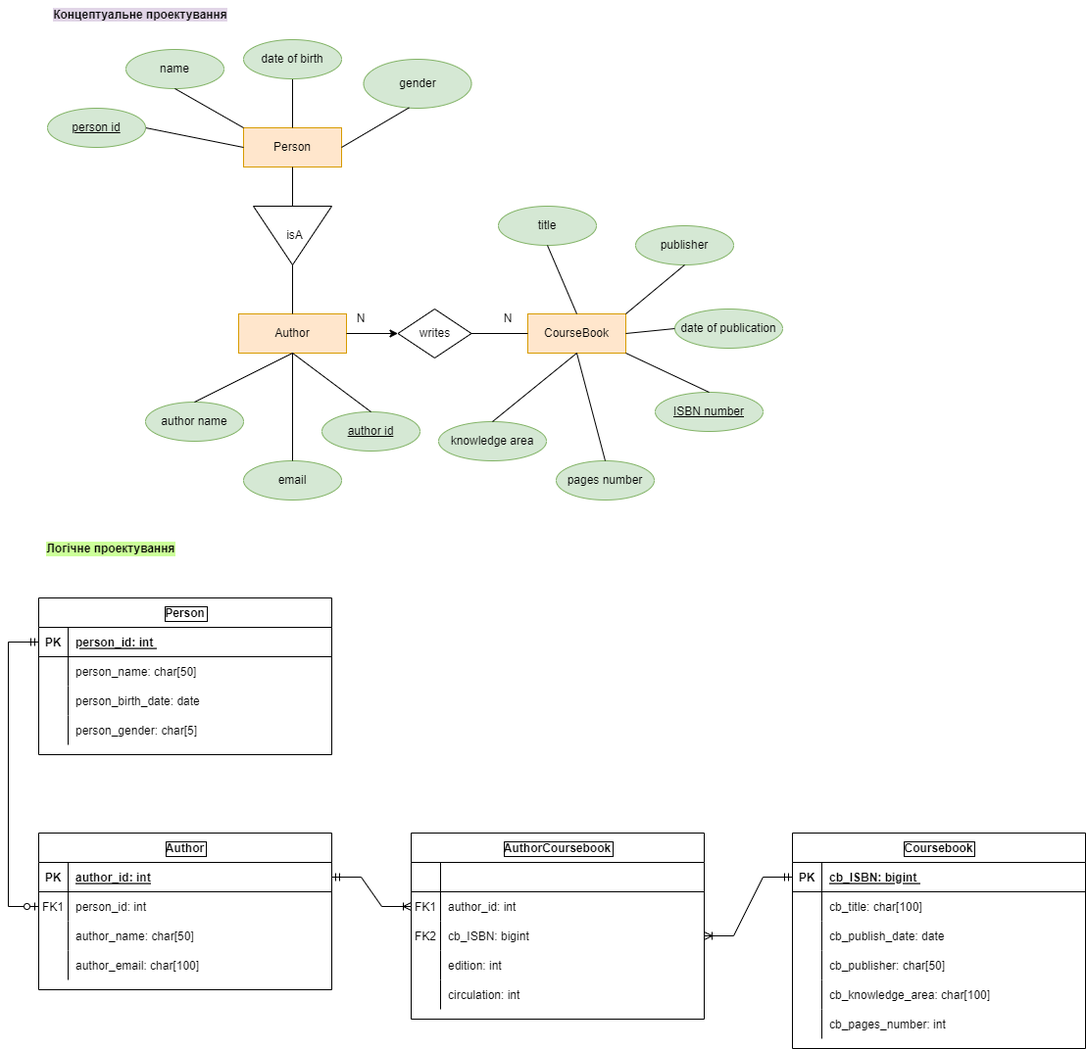
Earlier version of the draw.io export data_base/5_semester/lab_1/book_author.png (AnnaBozhenko/UniversityProjects). Source tidied: cells renumbered, new cells last; positions are measured from the earlier drawing's top-left corner, leaving out a move shared by most shapes.
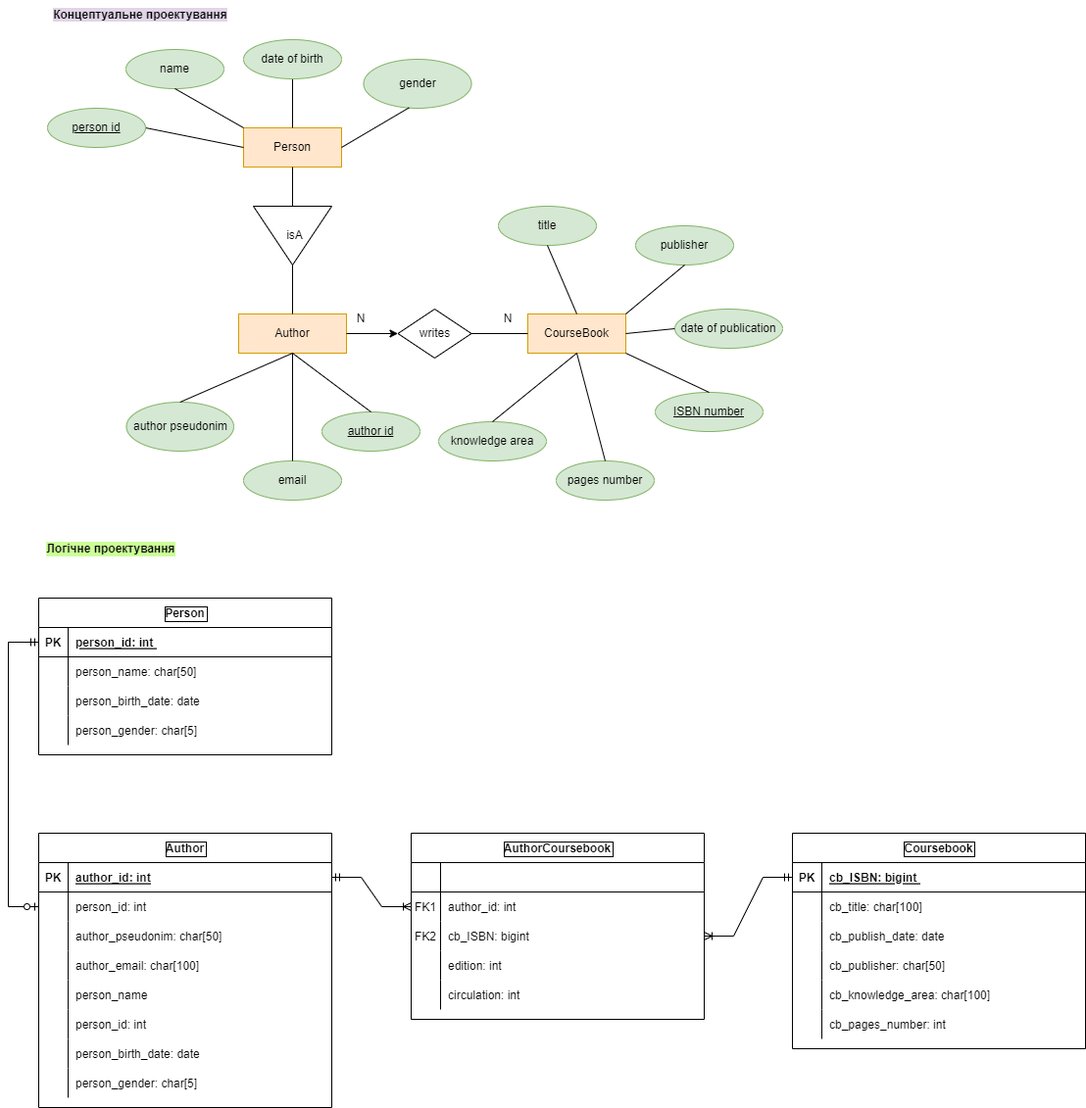
After the change.

Commit message:
Inheritance was implemented between person and author.

Diff of the diagram source:
```diff
@@ -121,7 +121,7 @@
       </mxGeometry>
     </mxCell>
     <mxCell id="39" value="Author" style="shape=table;startSize=30;rowLines=0;fontStyle=1;align=center;labelBackgroundColor=none;labelBorderColor=default;" parent="1" vertex="1">
-      <mxGeometry x="31" y="850" width="299" height="160" as="geometry" />
+      <mxGeometry x="31" y="850" width="299" height="280" as="geometry" />
     </mxCell>
     <mxCell id="40" style="shape=tableRow;horizontal=0;startSize=0;swimlaneHead=0;swimlaneBody=0;fillColor=none;points=[[0,0.5],[1,0.5]];portConstraint=eastwest;top=0;left=0;right=0;bottom=1;labelBackgroundColor=none;" parent="39" vertex="1">
       <mxGeometry y="30" width="299" height="30" as="geometry" />
@@ -135,7 +135,7 @@
     <mxCell id="43" style="shape=tableRow;horizontal=0;startSize=0;swimlaneHead=0;swimlaneBody=0;fillColor=none;points=[[0,0.5],[1,0.5]];portConstraint=eastwest;top=0;left=0;right=0;bottom=0;labelBackgroundColor=#CCFF99;" parent="39" vertex="1">
       <mxGeometry y="60" width="299" height="30" as="geometry" />
     </mxCell>
-    <mxCell id="44" value="FK1" style="shape=partialRectangle;fillColor=none;top=0;left=0;bottom=0;right=0;overflow=hidden;labelBackgroundColor=none;" parent="43" vertex="1">
+    <mxCell id="44" style="shape=partialRectangle;fillColor=none;top=0;left=0;bottom=0;right=0;overflow=hidden;labelBackgroundColor=none;" parent="43" vertex="1">
       <mxGeometry width="30" height="30" as="geometry" />
     </mxCell>
     <mxCell id="45" value="person_id: int " style="shape=partialRectangle;fillColor=none;top=0;left=0;bottom=0;right=0;align=left;spacingLeft=6;overflow=hidden;labelBackgroundColor=none;" parent="43" vertex="1">
@@ -147,7 +147,7 @@
     <mxCell id="47" style="shape=partialRectangle;fillColor=none;top=0;left=0;bottom=0;right=0;overflow=hidden;labelBackgroundColor=none;" parent="46" vertex="1">
       <mxGeometry width="30" height="30" as="geometry" />
     </mxCell>
-    <mxCell id="48" value="author_name: char[50] " style="shape=partialRectangle;fillColor=none;top=0;left=0;bottom=0;right=0;align=left;spacingLeft=6;overflow=hidden;labelBackgroundColor=none;" parent="46" vertex="1">
+    <mxCell id="48" value="author_pseudonim: char[50] " style="shape=partialRectangle;fillColor=none;top=0;left=0;bottom=0;right=0;align=left;spacingLeft=6;overflow=hidden;labelBackgroundColor=none;" parent="46" vertex="1">
       <mxGeometry x="30" width="269" height="30" as="geometry" />
     </mxCell>
     <mxCell id="49" style="shape=tableRow;horizontal=0;startSize=0;swimlaneHead=0;swimlaneBody=0;fillColor=none;top=0;left=0;right=0;bottom=0;labelBackgroundColor=#CCFF99;" parent="39" vertex="1">
@@ -159,6 +159,42 @@
     <mxCell id="51" value="author_email: char[100]" style="shape=partialRectangle;fillColor=none;top=0;left=0;bottom=0;right=0;align=left;spacingLeft=6;overflow=hidden;labelBackgroundColor=none;" parent="49" vertex="1">
       <mxGeometry x="30" width="269" height="30" as="geometry" />
     </mxCell>
+    <mxCell id="106" style="shape=tableRow;horizontal=0;startSize=0;swimlaneHead=0;swimlaneBody=0;fillColor=none;top=0;left=0;right=0;bottom=0;labelBackgroundColor=#CCFF99;" parent="39" vertex="1">
+      <mxGeometry y="150" width="299" height="30" as="geometry" />
+    </mxCell>
+    <mxCell id="107" style="shape=partialRectangle;fillColor=none;top=0;left=0;bottom=0;right=0;overflow=hidden;labelBackgroundColor=none;" parent="106" vertex="1">
+      <mxGeometry width="30" height="30" as="geometry" />
+    </mxCell>
+    <mxCell id="108" value="person_name" style="shape=partialRectangle;fillColor=none;top=0;left=0;bottom=0;right=0;align=left;spacingLeft=6;overflow=hidden;labelBackgroundColor=none;" parent="106" vertex="1">
+      <mxGeometry x="30" width="269" height="30" as="geometry" />
+    </mxCell>
+    <mxCell id="109" style="shape=tableRow;horizontal=0;startSize=0;swimlaneHead=0;swimlaneBody=0;fillColor=none;top=0;left=0;right=0;bottom=0;labelBackgroundColor=#CCFF99;" parent="39" vertex="1">
+      <mxGeometry y="180" width="299" height="30" as="geometry" />
+    </mxCell>
+    <mxCell id="110" style="shape=partialRectangle;fillColor=none;top=0;left=0;bottom=0;right=0;overflow=hidden;labelBackgroundColor=none;" parent="109" vertex="1">
+      <mxGeometry width="30" height="30" as="geometry" />
+    </mxCell>
+    <mxCell id="111" value="person_id: int" style="shape=partialRectangle;fillColor=none;top=0;left=0;bottom=0;right=0;align=left;spacingLeft=6;overflow=hidden;labelBackgroundColor=none;" parent="109" vertex="1">
+      <mxGeometry x="30" width="269" height="30" as="geometry" />
+    </mxCell>
+    <mxCell id="112" style="shape=tableRow;horizontal=0;startSize=0;swimlaneHead=0;swimlaneBody=0;fillColor=none;top=0;left=0;right=0;bottom=0;labelBackgroundColor=#CCFF99;" parent="39" vertex="1">
+      <mxGeometry y="210" width="299" height="30" as="geometry" />
+    </mxCell>
+    <mxCell id="113" style="shape=partialRectangle;fillColor=none;top=0;left=0;bottom=0;right=0;overflow=hidden;labelBackgroundColor=none;" parent="112" vertex="1">
+      <mxGeometry width="30" height="30" as="geometry" />
+    </mxCell>
+    <mxCell id="114" value="person_birth_date: date" style="shape=partialRectangle;fillColor=none;top=0;left=0;bottom=0;right=0;align=left;spacingLeft=6;overflow=hidden;labelBackgroundColor=none;" parent="112" vertex="1">
+      <mxGeometry x="30" width="269" height="30" as="geometry" />
+    </mxCell>
+    <mxCell id="115" style="shape=tableRow;horizontal=0;startSize=0;swimlaneHead=0;swimlaneBody=0;fillColor=none;top=0;left=0;right=0;bottom=0;labelBackgroundColor=#CCFF99;" parent="39" vertex="1">
+      <mxGeometry y="240" width="299" height="30" as="geometry" />
+    </mxCell>
+    <mxCell id="116" style="shape=partialRectangle;fillColor=none;top=0;left=0;bottom=0;right=0;overflow=hidden;labelBackgroundColor=none;" parent="115" vertex="1">
+      <mxGeometry width="30" height="30" as="geometry" />
+    </mxCell>
+    <mxCell id="117" value="person_gender: char[5]" style="shape=partialRectangle;fillColor=none;top=0;left=0;bottom=0;right=0;align=left;spacingLeft=6;overflow=hidden;labelBackgroundColor=none;" parent="115" vertex="1">
+      <mxGeometry x="30" width="269" height="30" as="geometry" />
+    </mxCell>
     <mxCell id="52" value="Coursebook" style="shape=table;startSize=30;rowLines=0;fontStyle=1;align=center;labelBackgroundColor=none;labelBorderColor=default;" parent="1" vertex="1">
       <mxGeometry x="800" y="850" width="299" height="220" as="geometry" />
     </mxCell>
@@ -222,8 +258,8 @@
     <mxCell id="72" style="endArrow=none;html=1;rounded=0;entryX=0.5;entryY=0;entryDx=0;entryDy=0;exitX=1;exitY=1;exitDx=0;exitDy=0;" parent="1" edge="1" source="14" target="71">
       <mxGeometry relative="1" as="geometry" />
     </mxCell>
-    <mxCell id="73" value="author name" style="ellipse;whiteSpace=wrap;html=1;align=center;fillColor=#d5e8d4;strokeColor=#82b366;" parent="1" vertex="1">
-      <mxGeometry x="140" y="410" width="100" height="40" as="geometry" />
+    <mxCell id="73" value="author pseudonim" style="ellipse;whiteSpace=wrap;html=1;align=center;fillColor=#d5e8d4;strokeColor=#82b366;" parent="1" vertex="1">
+      <mxGeometry x="120.5" y="410" width="109.5" height="50" as="geometry" />
     </mxCell>
     <mxCell id="74" style="endArrow=none;html=1;rounded=0;exitX=0.5;exitY=1;exitDx=0;exitDy=0;entryX=0.5;entryY=0;entryDx=0;entryDy=0;" parent="1" edge="1" source="12" target="73">
       <mxGeometry relative="1" as="geometry" />
```
